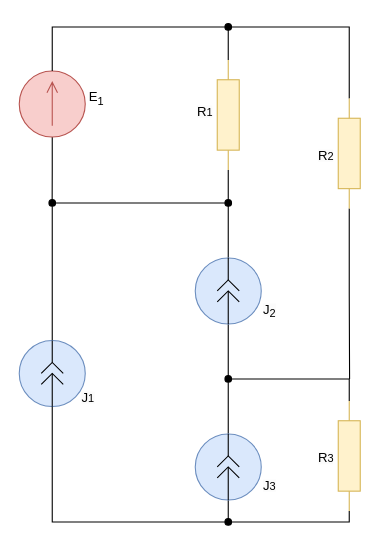
This is page "task_denotes" (2 of 4) of lab1/lab1.drawio from nlrezortiez/eltex_23-24, a draw.io file, before an edit. Source tidied: cells renumbered, new cells numbered last; positions are measured from the earlier drawing's top-left corner, leaving out a move shared by most shapes. Both pictures are drawn from the tidied source at 110%, with x=0, y=0 at pixel (19, 26).
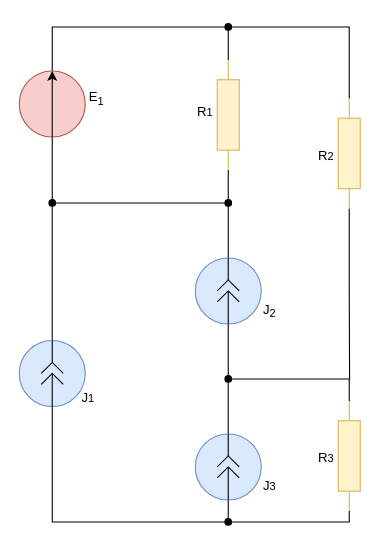
After the change.

Unchanged cells that the change refers to:
```xml
<mxCell id="6" style="verticalLabelPosition=bottom;shadow=0;dashed=0;align=center;html=1;verticalAlign=top;shape=mxgraph.electrical.resistors.resistor_1;direction=south;fillColor=#fff2cc;strokeColor=#d6b656;" parent="1" vertex="1">
  <mxGeometry x="180" y="30" width="20" height="100" as="geometry" />
</mxCell>
```

Diff of the diagram source:
```diff
@@
-    <mxCell id="34" style="edgeStyle=orthogonalEdgeStyle;rounded=0;jettySize=auto;html=1;exitX=0;exitY=0.5;exitDx=0;exitDy=0;exitPerimeter=0;endArrow=none;endFill=0;" parent="1" edge="1" source="35">
-      <mxGeometry relative="1" as="geometry">
-        <mxPoint x="29.9" y="160" as="targetPoint" />
-      </mxGeometry>
-    </mxCell>
-    <mxCell id="35" style="verticalLabelPosition=bottom;shadow=0;dashed=0;align=center;html=1;verticalAlign=top;shape=mxgraph.electrical.signal_sources.source;points=[[0.5,0,0],[1,0.5,0],[0.5,1,0],[0,0.5,0]];elSignalType=dc1;direction=north;fillColor=#f8cecc;strokeColor=#b85450;" parent="1" vertex="1">
-      <mxGeometry y="40" width="60" height="60" as="geometry" />
-    </mxCell>
-    <mxCell id="36" style="edgeStyle=orthogonalEdgeStyle;rounded=0;jettySize=auto;html=1;exitX=1;exitY=0.5;exitDx=0;exitDy=0;exitPerimeter=0;entryX=0;entryY=0.5;entryDx=0;entryDy=0;entryPerimeter=0;endArrow=none;endFill=0;" parent="1" edge="1" source="35" target="6">
-      <mxGeometry relative="1" as="geometry">
-        <Array as="points">
-          <mxPoint x="30" />
-          <mxPoint x="190" />
-        </Array>
-      </mxGeometry>
-    </mxCell>
+    <mxCell id="37" style="edgeStyle=orthogonalEdgeStyle;rounded=0;jettySize=auto;html=1;exitX=0.5;exitY=1;exitDx=0;exitDy=0;endArrow=none;endFill=0;" parent="1" edge="1" source="39">
+      <mxGeometry relative="1" as="geometry">
+        <mxPoint x="30" y="160" as="targetPoint" />
+      </mxGeometry>
+    </mxCell>
+    <mxCell id="38" style="edgeStyle=orthogonalEdgeStyle;rounded=0;jettySize=auto;html=1;exitX=0.5;exitY=0;exitDx=0;exitDy=0;entryX=0;entryY=0.5;entryDx=0;entryDy=0;entryPerimeter=0;endArrow=none;endFill=0;" parent="1" edge="1" source="39" target="6">
+      <mxGeometry relative="1" as="geometry">
+        <Array as="points">
+          <mxPoint x="30" />
+          <mxPoint x="190" />
+        </Array>
+      </mxGeometry>
+    </mxCell>
+    <mxCell id="39" style="ellipse;whiteSpace=wrap;html=1;fillColor=#f8cecc;strokeColor=#b85450;" parent="1" vertex="1">
+      <mxGeometry y="40" width="60" height="60" as="geometry" />
+    </mxCell>
+    <mxCell id="40" style="endArrow=classic;html=1;rounded=0;exitX=0.5;exitY=1;exitDx=0;exitDy=0;entryX=0.5;entryY=0;entryDx=0;entryDy=0;" parent="1" edge="1" source="39" target="39">
+      <mxGeometry relative="1" as="geometry" />
+    </mxCell>
```
